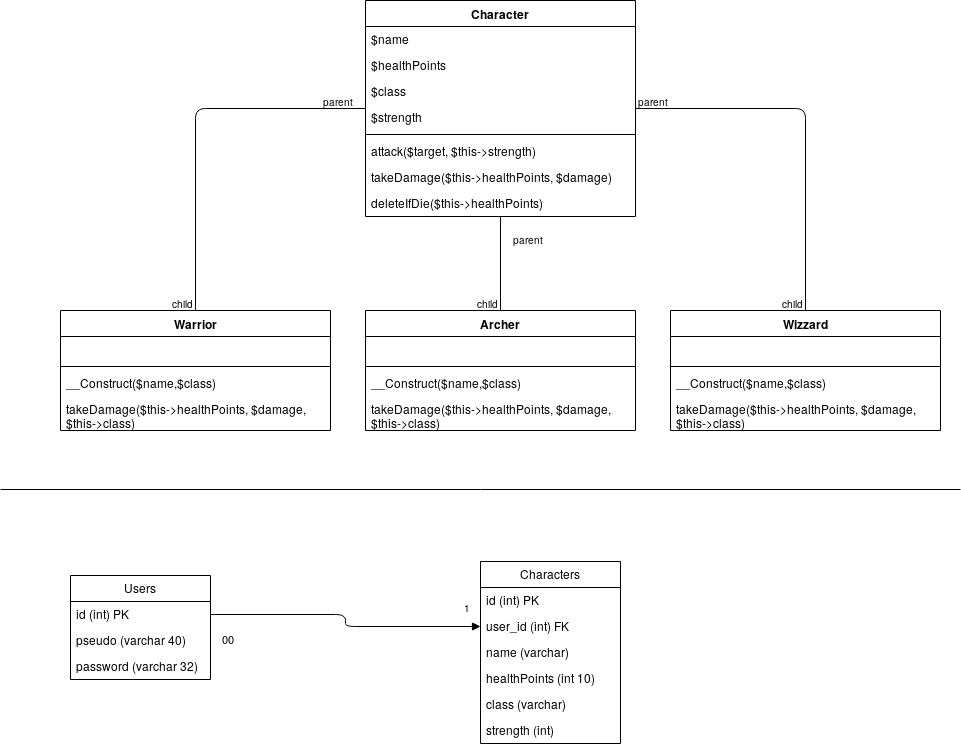
Before: assets/uml/MJDC.png, a diagram exported from draw.io (Chaxwell/combatGame). Source tidied: cells renumbered, new cells last; positions are measured from the earlier drawing's top-left corner, leaving out a move shared by most shapes. Source of this version:
```xml
<mxGraphModel>
  <root>
    <mxCell id="0" />
    <mxCell id="1" parent="0" />
    <mxCell id="2" value="Archer" style="swimlane;fontStyle=1;align=center;verticalAlign=top;horizontal=1;startSize=26;" parent="1" vertex="1">
      <mxGeometry x="365" y="310" width="270" height="120" as="geometry" />
    </mxCell>
    <mxCell id="3" value=" &#10;" style="text;strokeColor=none;fillColor=none;align=left;verticalAlign=top;spacingLeft=4;spacingRight=4;overflow=hidden;" parent="2" vertex="1">
      <mxGeometry y="26" width="270" height="26" as="geometry" />
    </mxCell>
    <mxCell id="4" style="line;strokeWidth=1;fillColor=none;align=left;verticalAlign=middle;spacingTop=-1;spacingLeft=3;spacingRight=3;labelPosition=right;" parent="2" vertex="1">
      <mxGeometry y="52" width="270" height="8" as="geometry" />
    </mxCell>
    <mxCell id="5" value="__Construct($name,$class)" style="text;strokeColor=none;fillColor=none;align=left;verticalAlign=top;spacingLeft=4;spacingRight=4;overflow=hidden;" parent="2" vertex="1">
      <mxGeometry y="60" width="270" height="26" as="geometry" />
    </mxCell>
    <mxCell id="6" value="takeDamage($this-&gt;healthPoints, $damage,&#10;$this-&gt;class)" style="text;strokeColor=none;fillColor=none;align=left;verticalAlign=top;spacingLeft=4;spacingRight=4;overflow=hidden;" parent="2" vertex="1">
      <mxGeometry y="86" width="270" height="34" as="geometry" />
    </mxCell>
    <mxCell id="7" value="Character" style="swimlane;fontStyle=1;align=center;verticalAlign=top;horizontal=1;startSize=26;" parent="1" vertex="1">
      <mxGeometry x="365" width="270" height="216" as="geometry" />
    </mxCell>
    <mxCell id="8" value="$name&#10;" style="text;strokeColor=none;fillColor=none;align=left;verticalAlign=top;spacingLeft=4;spacingRight=4;overflow=hidden;" parent="7" vertex="1">
      <mxGeometry y="26" width="270" height="26" as="geometry" />
    </mxCell>
    <mxCell id="9" value="$healthPoints&#10;" style="text;strokeColor=none;fillColor=none;align=left;verticalAlign=top;spacingLeft=4;spacingRight=4;overflow=hidden;" parent="7" vertex="1">
      <mxGeometry y="52" width="270" height="26" as="geometry" />
    </mxCell>
    <mxCell id="10" value="$class&#10;" style="text;strokeColor=none;fillColor=none;align=left;verticalAlign=top;spacingLeft=4;spacingRight=4;overflow=hidden;" parent="7" vertex="1">
      <mxGeometry y="78" width="270" height="26" as="geometry" />
    </mxCell>
    <mxCell id="11" value="$strength&#10;" style="text;strokeColor=none;fillColor=none;align=left;verticalAlign=top;spacingLeft=4;spacingRight=4;overflow=hidden;" parent="7" vertex="1">
      <mxGeometry y="104" width="270" height="26" as="geometry" />
    </mxCell>
    <mxCell id="12" style="line;strokeWidth=1;fillColor=none;align=left;verticalAlign=middle;spacingTop=-1;spacingLeft=3;spacingRight=3;labelPosition=right;" parent="7" vertex="1">
      <mxGeometry y="130" width="270" height="8" as="geometry" />
    </mxCell>
    <mxCell id="13" value="attack($target, $this-&gt;strength)" style="text;strokeColor=none;fillColor=none;align=left;verticalAlign=top;spacingLeft=4;spacingRight=4;overflow=hidden;" parent="7" vertex="1">
      <mxGeometry y="138" width="270" height="26" as="geometry" />
    </mxCell>
    <mxCell id="14" value="takeDamage($this-&gt;healthPoints, $damage)" style="text;strokeColor=none;fillColor=none;align=left;verticalAlign=top;spacingLeft=4;spacingRight=4;overflow=hidden;" parent="7" vertex="1">
      <mxGeometry y="164" width="270" height="26" as="geometry" />
    </mxCell>
    <mxCell id="15" value="deleteIfDie($this-&gt;healthPoints)" style="text;strokeColor=none;fillColor=none;align=left;verticalAlign=top;spacingLeft=4;spacingRight=4;overflow=hidden;" parent="7" vertex="1">
      <mxGeometry y="190" width="270" height="26" as="geometry" />
    </mxCell>
    <mxCell id="16" value="Warrior" style="swimlane;fontStyle=1;align=center;verticalAlign=top;horizontal=1;startSize=26;" parent="1" vertex="1">
      <mxGeometry x="60" y="310" width="270" height="120" as="geometry" />
    </mxCell>
    <mxCell id="17" value=" &#10;" style="text;strokeColor=none;fillColor=none;align=left;verticalAlign=top;spacingLeft=4;spacingRight=4;overflow=hidden;" parent="16" vertex="1">
      <mxGeometry y="26" width="270" height="26" as="geometry" />
    </mxCell>
    <mxCell id="18" style="line;strokeWidth=1;fillColor=none;align=left;verticalAlign=middle;spacingTop=-1;spacingLeft=3;spacingRight=3;labelPosition=right;" parent="16" vertex="1">
      <mxGeometry y="52" width="270" height="8" as="geometry" />
    </mxCell>
    <mxCell id="19" value="__Construct($name,$class)" style="text;strokeColor=none;fillColor=none;align=left;verticalAlign=top;spacingLeft=4;spacingRight=4;overflow=hidden;" parent="16" vertex="1">
      <mxGeometry y="60" width="270" height="26" as="geometry" />
    </mxCell>
    <mxCell id="20" value="takeDamage($this-&gt;healthPoints, $damage,&#10;$this-&gt;class)" style="text;strokeColor=none;fillColor=none;align=left;verticalAlign=top;spacingLeft=4;spacingRight=4;overflow=hidden;" parent="16" vertex="1">
      <mxGeometry y="86" width="270" height="34" as="geometry" />
    </mxCell>
    <mxCell id="21" value="Wizzard" style="swimlane;fontStyle=1;align=center;verticalAlign=top;horizontal=1;startSize=26;" parent="1" vertex="1">
      <mxGeometry x="670" y="310" width="270" height="120" as="geometry" />
    </mxCell>
    <mxCell id="22" value=" &#10;" style="text;strokeColor=none;fillColor=none;align=left;verticalAlign=top;spacingLeft=4;spacingRight=4;overflow=hidden;" parent="21" vertex="1">
      <mxGeometry y="26" width="270" height="26" as="geometry" />
    </mxCell>
    <mxCell id="23" style="line;strokeWidth=1;fillColor=none;align=left;verticalAlign=middle;spacingTop=-1;spacingLeft=3;spacingRight=3;labelPosition=right;" parent="21" vertex="1">
      <mxGeometry y="52" width="270" height="8" as="geometry" />
    </mxCell>
    <mxCell id="24" value="__Construct($name,$class)" style="text;strokeColor=none;fillColor=none;align=left;verticalAlign=top;spacingLeft=4;spacingRight=4;overflow=hidden;" parent="21" vertex="1">
      <mxGeometry y="60" width="270" height="26" as="geometry" />
    </mxCell>
    <mxCell id="25" value="takeDamage($this-&gt;healthPoints, $damage,&#10;$this-&gt;class)" style="text;strokeColor=none;fillColor=none;align=left;verticalAlign=top;spacingLeft=4;spacingRight=4;overflow=hidden;" parent="21" vertex="1">
      <mxGeometry y="86" width="270" height="34" as="geometry" />
    </mxCell>
    <mxCell id="26" style="endArrow=none;html=1;edgeStyle=orthogonalEdgeStyle;" parent="1" edge="1" source="7" target="2">
      <mxGeometry relative="1" as="geometry" />
    </mxCell>
    <mxCell id="27" value="parent" style="html=1;align=left;verticalAlign=bottom;labelBackgroundColor=#ffffff;fontSize=10;" parent="26" vertex="1">
      <mxGeometry x="-1" relative="1" as="geometry">
        <mxPoint x="10" y="30" as="offset" />
      </mxGeometry>
    </mxCell>
    <mxCell id="28" value="child" style="html=1;align=right;verticalAlign=bottom;labelBackgroundColor=#ffffff;fontSize=10;" parent="26" vertex="1">
      <mxGeometry x="1" relative="1" as="geometry" />
    </mxCell>
    <mxCell id="29" style="endArrow=none;html=1;edgeStyle=orthogonalEdgeStyle;" parent="1" edge="1" source="7" target="21">
      <mxGeometry relative="1" as="geometry" />
    </mxCell>
    <mxCell id="30" value="parent" style="html=1;align=left;verticalAlign=bottom;labelBackgroundColor=#ffffff;fontSize=10;" parent="29" vertex="1">
      <mxGeometry x="-1" relative="1" as="geometry" />
    </mxCell>
    <mxCell id="31" value="child" style="html=1;align=right;verticalAlign=bottom;labelBackgroundColor=#ffffff;fontSize=10;" parent="29" vertex="1">
      <mxGeometry x="1" relative="1" as="geometry" />
    </mxCell>
    <mxCell id="32" style="endArrow=none;html=1;edgeStyle=orthogonalEdgeStyle;" parent="1" edge="1" source="7" target="16">
      <mxGeometry relative="1" as="geometry" />
    </mxCell>
    <mxCell id="33" value="parent" style="html=1;align=left;verticalAlign=bottom;labelBackgroundColor=#ffffff;fontSize=10;" parent="32" vertex="1">
      <mxGeometry x="-1" relative="1" as="geometry">
        <mxPoint x="-45" as="offset" />
      </mxGeometry>
    </mxCell>
    <mxCell id="34" value="child" style="html=1;align=right;verticalAlign=bottom;labelBackgroundColor=#ffffff;fontSize=10;" parent="32" vertex="1">
      <mxGeometry x="1" relative="1" as="geometry" />
    </mxCell>
    <mxCell id="35" value="Users" style="swimlane;fontStyle=0;horizontal=1;startSize=26;fillColor=none;" parent="1" vertex="1">
      <mxGeometry x="70" y="575" width="140" height="104" as="geometry" />
    </mxCell>
    <mxCell id="36" value="id (int) PK" style="text;strokeColor=none;fillColor=none;align=left;verticalAlign=top;spacingLeft=4;spacingRight=4;overflow=hidden;points=[[0,0.5],[1,0.5]];portConstraint=eastwest;" parent="35" vertex="1">
      <mxGeometry y="26" width="140" height="26" as="geometry" />
    </mxCell>
    <mxCell id="37" value="pseudo (varchar 40)" style="text;strokeColor=none;fillColor=none;align=left;verticalAlign=top;spacingLeft=4;spacingRight=4;overflow=hidden;" parent="35" vertex="1">
      <mxGeometry y="52" width="140" height="26" as="geometry" />
    </mxCell>
    <mxCell id="38" value="password (varchar 32)" style="text;strokeColor=none;fillColor=none;align=left;verticalAlign=top;spacingLeft=4;spacingRight=4;overflow=hidden;" parent="35" vertex="1">
      <mxGeometry y="78" width="140" height="26" as="geometry" />
    </mxCell>
    <mxCell id="39" value="Characters" style="swimlane;fontStyle=0;horizontal=1;startSize=26;fillColor=none;" parent="1" vertex="1">
      <mxGeometry x="480" y="561" width="140" height="182" as="geometry" />
    </mxCell>
    <mxCell id="40" value="id (int) PK" style="text;strokeColor=none;fillColor=none;align=left;verticalAlign=top;spacingLeft=4;spacingRight=4;overflow=hidden;points=[[0,0.5],[1,0.5]];portConstraint=eastwest;" parent="39" vertex="1">
      <mxGeometry y="26" width="140" height="26" as="geometry" />
    </mxCell>
    <mxCell id="41" value="user_id (int) FK" style="text;strokeColor=none;fillColor=none;align=left;verticalAlign=top;spacingLeft=4;spacingRight=4;overflow=hidden;points=[[0,0.5],[1,0.5]];portConstraint=eastwest;" parent="39" vertex="1">
      <mxGeometry y="52" width="140" height="26" as="geometry" />
    </mxCell>
    <mxCell id="42" value="name (varchar)" style="text;strokeColor=none;fillColor=none;align=left;verticalAlign=top;spacingLeft=4;spacingRight=4;overflow=hidden;" parent="39" vertex="1">
      <mxGeometry y="78" width="140" height="26" as="geometry" />
    </mxCell>
    <mxCell id="43" value="healthPoints (int 10)" style="text;strokeColor=none;fillColor=none;align=left;verticalAlign=top;spacingLeft=4;spacingRight=4;overflow=hidden;" parent="39" vertex="1">
      <mxGeometry y="104" width="140" height="26" as="geometry" />
    </mxCell>
    <mxCell id="44" value="class (varchar)" style="text;strokeColor=none;fillColor=none;align=left;verticalAlign=top;spacingLeft=4;spacingRight=4;overflow=hidden;" parent="39" vertex="1">
      <mxGeometry y="130" width="140" height="26" as="geometry" />
    </mxCell>
    <mxCell id="45" value="strength (int)" style="text;strokeColor=none;fillColor=none;align=left;verticalAlign=top;spacingLeft=4;spacingRight=4;overflow=hidden;" parent="39" vertex="1">
      <mxGeometry y="156" width="140" height="26" as="geometry" />
    </mxCell>
    <mxCell id="46" style="line;strokeWidth=1;fillColor=none;align=left;verticalAlign=middle;spacingTop=-1;spacingLeft=3;spacingRight=3;labelPosition=right;" parent="1" vertex="1">
      <mxGeometry y="485" width="960" height="8" as="geometry" />
    </mxCell>
    <mxCell id="47" value="00" style="endArrow=block;endFill=1;html=1;edgeStyle=orthogonalEdgeStyle;align=left;verticalAlign=top;exitX=1;exitY=0.5;exitDx=0;exitDy=0;" parent="1" edge="1" source="36" target="41">
      <mxGeometry x="0.04" y="-125" relative="1" as="geometry">
        <mxPoint x="-125" y="-125" as="offset" />
      </mxGeometry>
    </mxCell>
    <mxCell id="48" value="1" style="html=1;align=left;verticalAlign=bottom;labelBackgroundColor=#ffffff;fontSize=10;" parent="47" vertex="1">
      <mxGeometry x="-1" relative="1" as="geometry">
        <mxPoint x="250.5" as="offset" />
      </mxGeometry>
    </mxCell>
  </root>
</mxGraphModel>
```
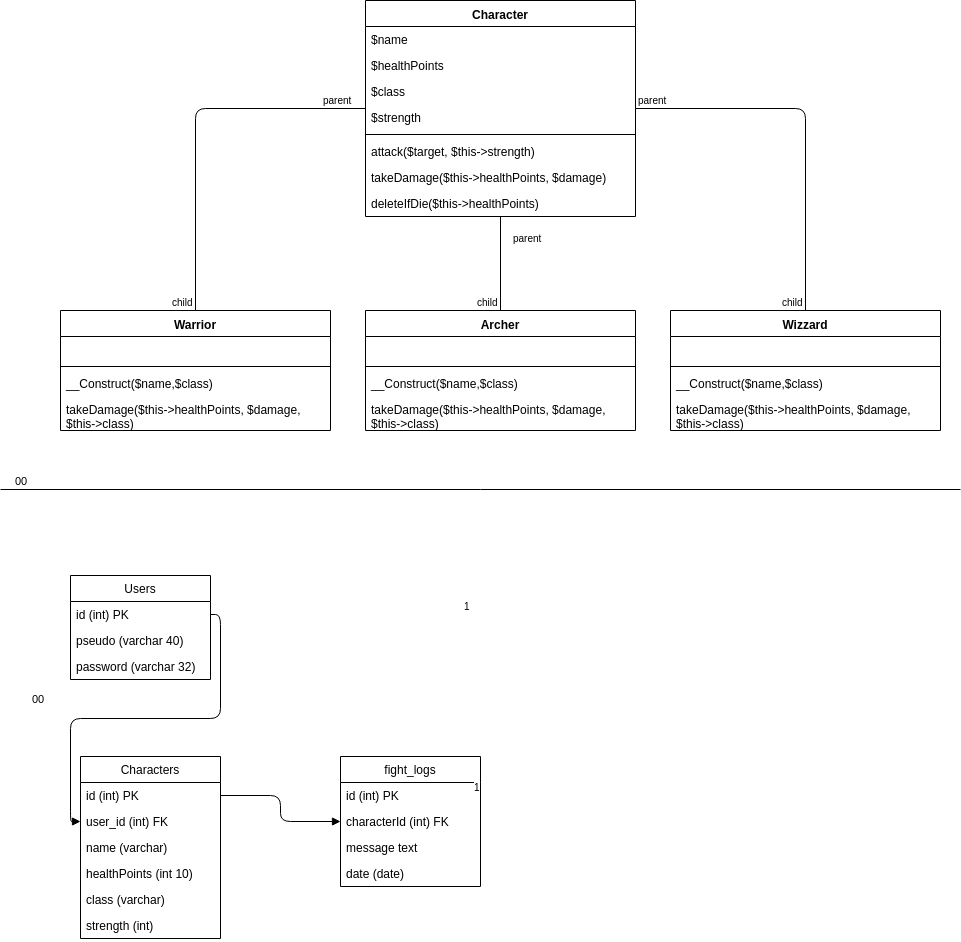
The same diagram one commit later.

Diff of the diagram source:
```diff
@@ -118,7 +118,7 @@
       <mxGeometry y="78" width="140" height="26" as="geometry" />
     </mxCell>
     <mxCell id="39" value="Characters" style="swimlane;fontStyle=0;horizontal=1;startSize=26;fillColor=none;" parent="1" vertex="1">
-      <mxGeometry x="480" y="561" width="140" height="182" as="geometry" />
+      <mxGeometry x="80" y="756" width="140" height="182" as="geometry" />
     </mxCell>
     <mxCell id="40" value="id (int) PK" style="text;strokeColor=none;fillColor=none;align=left;verticalAlign=top;spacingLeft=4;spacingRight=4;overflow=hidden;points=[[0,0.5],[1,0.5]];portConstraint=eastwest;" parent="39" vertex="1">
       <mxGeometry y="26" width="140" height="26" as="geometry" />
@@ -151,5 +151,30 @@
         <mxPoint x="250.5" as="offset" />
       </mxGeometry>
     </mxCell>
+    <mxCell id="49" value="fight_logs" style="swimlane;fontStyle=0;horizontal=1;startSize=26;fillColor=none;" parent="1" vertex="1">
+      <mxGeometry x="340" y="756" width="140" height="130" as="geometry" />
+    </mxCell>
+    <mxCell id="50" value="id (int) PK&#10;" style="text;strokeColor=none;fillColor=none;align=left;verticalAlign=top;spacingLeft=4;spacingRight=4;overflow=hidden;" parent="49" vertex="1">
+      <mxGeometry y="26" width="140" height="26" as="geometry" />
+    </mxCell>
+    <mxCell id="51" value="characterId (int) FK" style="text;strokeColor=none;fillColor=none;align=left;verticalAlign=top;spacingLeft=4;spacingRight=4;overflow=hidden;points=[[0,0.5],[1,0.5]];portConstraint=eastwest;" parent="49" vertex="1">
+      <mxGeometry y="52" width="140" height="26" as="geometry" />
+    </mxCell>
+    <mxCell id="52" value="message text" style="text;strokeColor=none;fillColor=none;align=left;verticalAlign=top;spacingLeft=4;spacingRight=4;overflow=hidden;" parent="49" vertex="1">
+      <mxGeometry y="78" width="140" height="26" as="geometry" />
+    </mxCell>
+    <mxCell id="53" value="date (date)&#10;" style="text;strokeColor=none;fillColor=none;align=left;verticalAlign=top;spacingLeft=4;spacingRight=4;overflow=hidden;" parent="49" vertex="1">
+      <mxGeometry y="104" width="140" height="26" as="geometry" />
+    </mxCell>
+    <mxCell id="54" value="00" style="endArrow=block;endFill=1;html=1;edgeStyle=orthogonalEdgeStyle;align=left;verticalAlign=top;exitX=1;exitY=0.5;exitDx=0;exitDy=0;entryX=0;entryY=0.5;entryDx=0;entryDy=0;" parent="1" edge="1" source="40" target="51">
+      <mxGeometry x="0.04" y="-125" relative="1" as="geometry">
+        <mxPoint x="-125" y="-125" as="offset" />
+      </mxGeometry>
+    </mxCell>
+    <mxCell id="55" value="1" style="html=1;align=left;verticalAlign=bottom;labelBackgroundColor=#ffffff;fontSize=10;" parent="54" vertex="1">
+      <mxGeometry x="-1" relative="1" as="geometry">
+        <mxPoint x="250.5" as="offset" />
+      </mxGeometry>
+    </mxCell>
   </root>
 </mxGraphModel>
```
